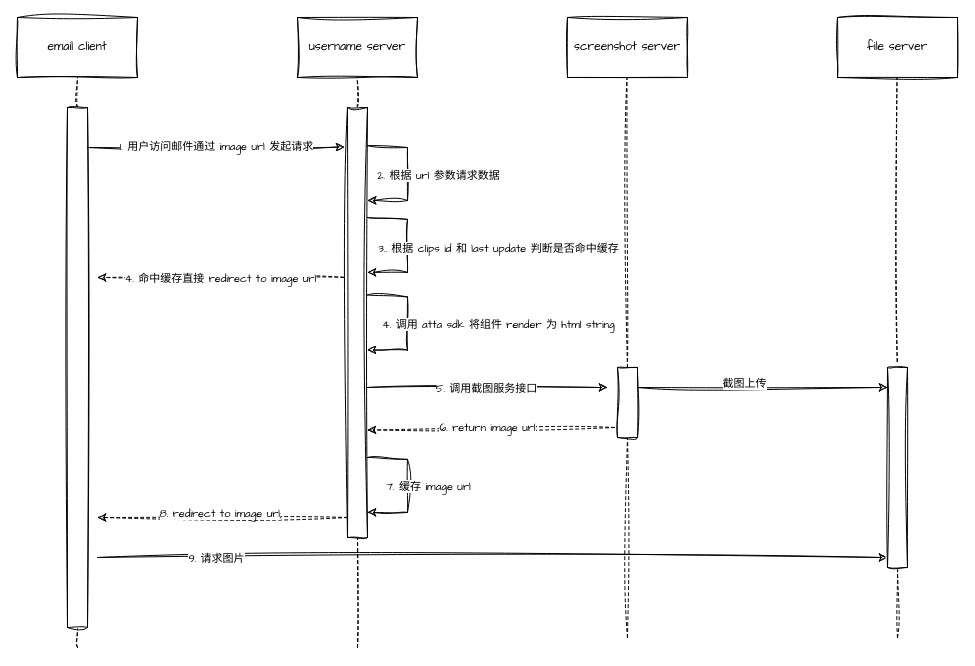
Before: folder/email.drawio in DLillard0/draw.io, a draw.io diagram. Source tidied: cells renumbered, new cells numbered last; positions are measured from the earlier drawing's top-left corner, leaving out a move shared by most shapes. Both pictures are drawn from the tidied source at 100%, with x=0, y=0 at pixel (17, 17).
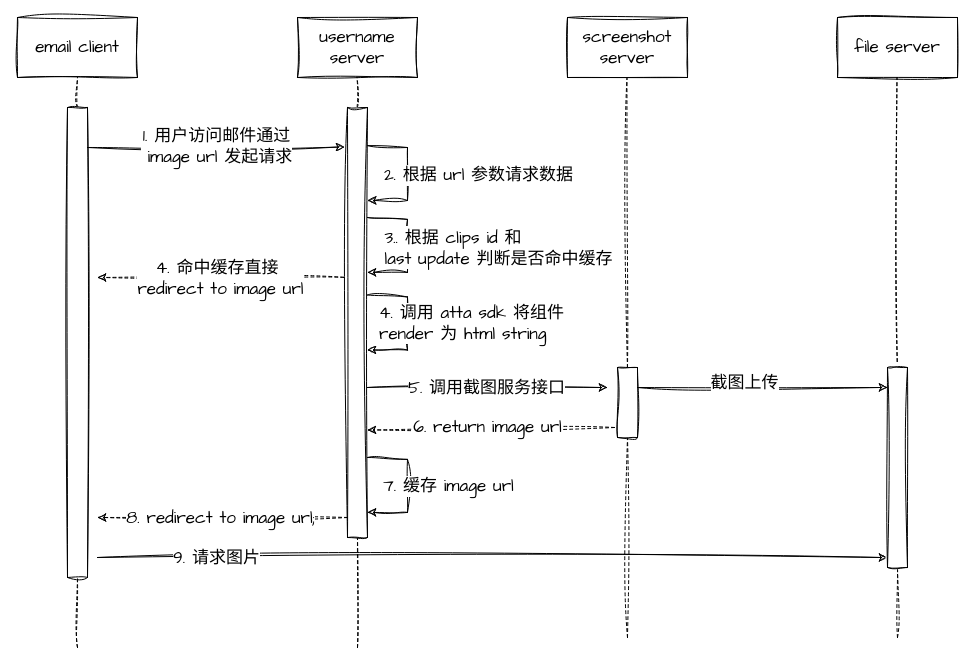
The same diagram, later.

Change to the diagram source:
```diff
@@
-    <mxCell id="2" value="email client" style="rounded=0;whiteSpace=wrap;html=1;sketch=1;hachureGap=4;jiggle=2;curveFitting=1;fontFamily=Architects Daughter;" parent="1" vertex="1">
+    <mxCell id="2" value="email client" style="rounded=0;whiteSpace=wrap;html=1;sketch=1;hachureGap=4;jiggle=2;curveFitting=1;fontFamily=Architects Daughter;fontSize=17;" parent="1" vertex="1">
       <mxGeometry width="120" height="60" as="geometry" />
     </mxCell>
-    <mxCell id="3" value="username server" style="rounded=0;whiteSpace=wrap;html=1;sketch=1;hachureGap=4;jiggle=2;curveFitting=1;fontFamily=Architects Daughter;" parent="1" vertex="1">
+    <mxCell id="3" value="username server" style="rounded=0;whiteSpace=wrap;html=1;sketch=1;hachureGap=4;jiggle=2;curveFitting=1;fontFamily=Architects Daughter;fontSize=17;" parent="1" vertex="1">
       <mxGeometry x="280" width="120" height="60" as="geometry" />
     </mxCell>
-    <mxCell id="4" value="screenshot server" style="rounded=0;whiteSpace=wrap;html=1;sketch=1;hachureGap=4;jiggle=2;curveFitting=1;fontFamily=Architects Daughter;" parent="1" vertex="1">
+    <mxCell id="4" value="screenshot server" style="rounded=0;whiteSpace=wrap;html=1;sketch=1;hachureGap=4;jiggle=2;curveFitting=1;fontFamily=Architects Daughter;fontSize=17;" parent="1" vertex="1">
       <mxGeometry x="550" width="120" height="60" as="geometry" />
     </mxCell>
-    <mxCell id="5" style="endArrow=none;dashed=1;html=1;rounded=0;sketch=1;hachureGap=4;jiggle=2;curveFitting=1;fontFamily=Architects Daughter;entryX=0.5;entryY=1;entryDx=0;entryDy=0;" parent="1" edge="1" source="9" target="2">
+    <mxCell id="5" style="endArrow=none;dashed=1;html=1;rounded=0;sketch=1;hachureGap=4;jiggle=2;curveFitting=1;fontFamily=Architects Daughter;entryX=0.5;entryY=1;entryDx=0;entryDy=0;fontSize=17;" parent="1" edge="1" source="9" target="2">
       <mxGeometry relative="1" as="geometry" />
     </mxCell>
-    <mxCell id="6" style="endArrow=none;dashed=1;html=1;rounded=0;sketch=1;hachureGap=4;jiggle=2;curveFitting=1;fontFamily=Architects Daughter;entryX=0.5;entryY=1;entryDx=0;entryDy=0;" parent="1" edge="1" source="11">
+    <mxCell id="6" style="endArrow=none;dashed=1;html=1;rounded=0;sketch=1;hachureGap=4;jiggle=2;curveFitting=1;fontFamily=Architects Daughter;entryX=0.5;entryY=1;entryDx=0;entryDy=0;fontSize=17;" parent="1" edge="1" source="11">
       <mxGeometry relative="1" as="geometry">
         <mxPoint x="339.5" y="60" as="targetPoint" />
       </mxGeometry>
     </mxCell>
-    <mxCell id="7" style="endArrow=none;dashed=1;html=1;rounded=0;sketch=1;hachureGap=4;jiggle=2;curveFitting=1;fontFamily=Architects Daughter;entryX=0.5;entryY=1;entryDx=0;entryDy=0;" parent="1" edge="1" source="33">
+    <mxCell id="7" style="endArrow=none;dashed=1;html=1;rounded=0;sketch=1;hachureGap=4;jiggle=2;curveFitting=1;fontFamily=Architects Daughter;entryX=0.5;entryY=1;entryDx=0;entryDy=0;fontSize=17;" parent="1" edge="1" source="33">
       <mxGeometry relative="1" as="geometry">
         <mxPoint x="609.5" y="60" as="targetPoint" />
       </mxGeometry>
     </mxCell>
-    <mxCell id="8" style="endArrow=none;dashed=1;html=1;rounded=0;sketch=1;hachureGap=4;jiggle=2;curveFitting=1;fontFamily=Architects Daughter;entryX=0.5;entryY=1;entryDx=0;entryDy=0;" parent="1" edge="1" target="9">
+    <mxCell id="8" style="endArrow=none;dashed=1;html=1;rounded=0;sketch=1;hachureGap=4;jiggle=2;curveFitting=1;fontFamily=Architects Daughter;entryX=0.5;entryY=1;entryDx=0;entryDy=0;fontSize=17;" parent="1" edge="1" target="9">
       <mxGeometry relative="1" as="geometry">
         <mxPoint x="60" y="630" as="sourcePoint" />
       </mxGeometry>
     </mxCell>
-    <mxCell id="9" style="rounded=0;whiteSpace=wrap;html=1;sketch=1;hachureGap=4;jiggle=2;curveFitting=1;fontFamily=Architects Daughter;" parent="1" vertex="1">
-      <mxGeometry x="50" y="90" width="20" height="520" as="geometry" />
+    <mxCell id="9" style="rounded=0;whiteSpace=wrap;html=1;sketch=1;hachureGap=4;jiggle=2;curveFitting=1;fontFamily=Architects Daughter;fontSize=17;" parent="1" vertex="1">
+      <mxGeometry x="50" y="90" width="20" height="470" as="geometry" />
     </mxCell>
-    <mxCell id="10" style="endArrow=none;dashed=1;html=1;rounded=0;sketch=1;hachureGap=4;jiggle=2;curveFitting=1;fontFamily=Architects Daughter;entryX=0.5;entryY=1;entryDx=0;entryDy=0;" parent="1" edge="1" target="11">
+    <mxCell id="10" style="endArrow=none;dashed=1;html=1;rounded=0;sketch=1;hachureGap=4;jiggle=2;curveFitting=1;fontFamily=Architects Daughter;entryX=0.5;entryY=1;entryDx=0;entryDy=0;fontSize=17;" parent="1" edge="1" target="11">
       <mxGeometry relative="1" as="geometry">
         <mxPoint x="340" y="630" as="sourcePoint" />
       </mxGeometry>
     </mxCell>
-    <mxCell id="11" style="rounded=0;whiteSpace=wrap;html=1;sketch=1;hachureGap=4;jiggle=2;curveFitting=1;fontFamily=Architects Daughter;" parent="1" vertex="1">
+    <mxCell id="11" style="rounded=0;whiteSpace=wrap;html=1;sketch=1;hachureGap=4;jiggle=2;curveFitting=1;fontFamily=Architects Daughter;fontSize=17;" parent="1" vertex="1">
       <mxGeometry x="330" y="90" width="20" height="430" as="geometry" />
     </mxCell>
-    <mxCell id="12" style="endArrow=classic;html=1;rounded=0;sketch=1;hachureGap=4;jiggle=2;curveFitting=1;fontFamily=Architects Daughter;exitX=1.073;exitY=0.141;exitDx=0;exitDy=0;exitPerimeter=0;entryX=1.01;entryY=0.216;entryDx=0;entryDy=0;entryPerimeter=0;" parent="1" edge="1" target="11">
+    <mxCell id="12" style="endArrow=classic;html=1;rounded=0;sketch=1;hachureGap=4;jiggle=2;curveFitting=1;fontFamily=Architects Daughter;exitX=1.073;exitY=0.141;exitDx=0;exitDy=0;exitPerimeter=0;entryX=1.01;entryY=0.216;entryDx=0;entryDy=0;entryPerimeter=0;fontSize=17;" parent="1" edge="1" target="11">
       <mxGeometry relative="1" as="geometry">
         <mxPoint x="350" y="128.1" as="sourcePoint" />
         <Array as="points">
           <mxPoint x="390" y="130" />
           <mxPoint x="390" y="183" />
         </Array>
       </mxGeometry>
     </mxCell>
-    <mxCell id="13" value="2. 根据 url 参数请求数据" style="edgeLabel;html=1;align=center;verticalAlign=middle;sketch=1;hachureGap=4;jiggle=2;curveFitting=1;fontFamily=Architects Daughter;" parent="12" vertex="1">
+    <mxCell id="13" value="2. 根据 url 参数请求数据" style="edgeLabel;html=1;align=center;verticalAlign=middle;sketch=1;hachureGap=4;jiggle=2;curveFitting=1;fontFamily=Architects Daughter;fontSize=17;" parent="12" vertex="1">
       <mxGeometry x="0.03" y="-2" relative="1" as="geometry">
-        <mxPoint x="32" as="offset" />
+        <mxPoint x="72" as="offset" />
       </mxGeometry>
     </mxCell>
-    <mxCell id="14" style="endArrow=classic;html=1;rounded=0;sketch=1;hachureGap=4;jiggle=2;curveFitting=1;fontFamily=Architects Daughter;exitX=1;exitY=0.672;exitDx=0;exitDy=0;exitPerimeter=0;" parent="1" edge="1">
+    <mxCell id="14" style="endArrow=classic;html=1;rounded=0;sketch=1;hachureGap=4;jiggle=2;curveFitting=1;fontFamily=Architects Daughter;exitX=1;exitY=0.672;exitDx=0;exitDy=0;exitPerimeter=0;fontSize=17;" parent="1" edge="1">
       <mxGeometry relative="1" as="geometry">
         <mxPoint x="350" y="370" as="sourcePoint" />
         <mxPoint x="590" y="370" as="targetPoint" />
       </mxGeometry>
     </mxCell>
-    <mxCell id="15" value="5. 调用截图服务接口" style="edgeLabel;html=1;align=center;verticalAlign=middle;sketch=1;hachureGap=4;jiggle=2;curveFitting=1;fontFamily=Architects Daughter;" parent="14" vertex="1">
+    <mxCell id="15" value="5. 调用截图服务接口" style="edgeLabel;html=1;align=center;verticalAlign=middle;sketch=1;hachureGap=4;jiggle=2;curveFitting=1;fontFamily=Architects Daughter;fontSize=17;" parent="14" vertex="1">
       <mxGeometry x="-0.02" relative="1" as="geometry" />
     </mxCell>
-    <mxCell id="16" style="endArrow=classic;html=1;rounded=0;sketch=1;hachureGap=4;jiggle=2;curveFitting=1;fontFamily=Architects Daughter;dashed=1;" parent="1" edge="1">
+    <mxCell id="16" style="endArrow=classic;html=1;rounded=0;sketch=1;hachureGap=4;jiggle=2;curveFitting=1;fontFamily=Architects Daughter;dashed=1;fontSize=17;" parent="1" edge="1">
       <mxGeometry relative="1" as="geometry">
         <mxPoint x="330" y="500" as="sourcePoint" />
         <mxPoint x="80" y="500" as="targetPoint" />
       </mxGeometry>
     </mxCell>
-    <mxCell id="17" value="8. redirect to image url;" style="edgeLabel;html=1;align=center;verticalAlign=middle;sketch=1;hachureGap=4;jiggle=2;curveFitting=1;fontFamily=Architects Daughter;" parent="16" vertex="1">
-      <mxGeometry x="0.02" y="-5" relative="1" as="geometry" />
+    <mxCell id="17" value="8. redirect to image url;" style="edgeLabel;html=1;align=center;verticalAlign=middle;sketch=1;hachureGap=4;jiggle=2;curveFitting=1;fontFamily=Architects Daughter;fontSize=17;" parent="16" vertex="1">
+      <mxGeometry x="0.02" y="-5" relative="1" as="geometry">
+        <mxPoint y="5" as="offset" />
+      </mxGeometry>
     </mxCell>
-    <mxCell id="18" style="endArrow=classic;html=1;rounded=0;sketch=1;hachureGap=4;jiggle=2;curveFitting=1;fontFamily=Architects Daughter;" parent="1" edge="1">
+    <mxCell id="18" style="endArrow=classic;html=1;rounded=0;sketch=1;hachureGap=4;jiggle=2;curveFitting=1;fontFamily=Architects Daughter;fontSize=17;" parent="1" edge="1">
       <mxGeometry relative="1" as="geometry">
         <mxPoint x="80" y="540" as="sourcePoint" />
         <mxPoint x="870" y="540" as="targetPoint" />
       </mxGeometry>
     </mxCell>
-    <mxCell id="19" value="9. 请求图片" style="edgeLabel;html=1;align=center;verticalAlign=middle;sketch=1;hachureGap=4;jiggle=2;curveFitting=1;fontFamily=Architects Daughter;" parent="18" vertex="1">
+    <mxCell id="19" value="9. 请求图片" style="edgeLabel;html=1;align=center;verticalAlign=middle;sketch=1;hachureGap=4;jiggle=2;curveFitting=1;fontFamily=Architects Daughter;fontSize=17;" parent="18" vertex="1">
       <mxGeometry x="-0.04" y="-1" relative="1" as="geometry">
         <mxPoint x="-261" y="-1" as="offset" />
       </mxGeometry>
     </mxCell>
-    <mxCell id="20" value="file server" style="rounded=0;whiteSpace=wrap;html=1;sketch=1;hachureGap=4;jiggle=2;curveFitting=1;fontFamily=Architects Daughter;" parent="1" vertex="1">
+    <mxCell id="20" value="file server" style="rounded=0;whiteSpace=wrap;html=1;sketch=1;hachureGap=4;jiggle=2;curveFitting=1;fontFamily=Architects Daughter;fontSize=17;" parent="1" vertex="1">
       <mxGeometry x="820" width="120" height="60" as="geometry" />
     </mxCell>
-    <mxCell id="21" style="endArrow=none;dashed=1;html=1;rounded=0;sketch=1;hachureGap=4;jiggle=2;curveFitting=1;fontFamily=Architects Daughter;entryX=0.5;entryY=1;entryDx=0;entryDy=0;" parent="1" edge="1" source="35">
+    <mxCell id="21" style="endArrow=none;dashed=1;html=1;rounded=0;sketch=1;hachureGap=4;jiggle=2;curveFitting=1;fontFamily=Architects Daughter;entryX=0.5;entryY=1;entryDx=0;entryDy=0;fontSize=17;" parent="1" edge="1" source="35">
       <mxGeometry relative="1" as="geometry">
         <mxPoint x="879.5" y="60" as="targetPoint" />
       </mxGeometry>
     </mxCell>
-    <mxCell id="22" style="endArrow=classic;html=1;rounded=0;sketch=1;hachureGap=4;jiggle=2;curveFitting=1;fontFamily=Architects Daughter;" parent="1" edge="1">
+    <mxCell id="22" style="endArrow=classic;html=1;rounded=0;sketch=1;hachureGap=4;jiggle=2;curveFitting=1;fontFamily=Architects Daughter;fontSize=17;" parent="1" edge="1">
       <mxGeometry relative="1" as="geometry">
         <mxPoint x="620" y="370" as="sourcePoint" />
         <mxPoint x="870" y="370" as="targetPoint" />
       </mxGeometry>
     </mxCell>
-    <mxCell id="23" value="截图上传" style="edgeLabel;html=1;align=center;verticalAlign=middle;sketch=1;hachureGap=4;jiggle=2;curveFitting=1;fontFamily=Architects Daughter;" parent="22" vertex="1">
+    <mxCell id="23" value="截图上传" style="edgeLabel;html=1;align=center;verticalAlign=middle;sketch=1;hachureGap=4;jiggle=2;curveFitting=1;fontFamily=Architects Daughter;fontSize=17;" parent="22" vertex="1">
       <mxGeometry x="-0.15" y="5" relative="1" as="geometry" />
     </mxCell>
-    <mxCell id="24" style="endArrow=classic;html=1;rounded=0;sketch=1;hachureGap=4;jiggle=2;curveFitting=1;fontFamily=Architects Daughter;entryX=-0.15;entryY=0.092;entryDx=0;entryDy=0;entryPerimeter=0;" parent="1" edge="1" target="11">
+    <mxCell id="24" style="endArrow=classic;html=1;rounded=0;sketch=1;hachureGap=4;jiggle=2;curveFitting=1;fontFamily=Architects Daughter;entryX=-0.15;entryY=0.092;entryDx=0;entryDy=0;entryPerimeter=0;fontSize=17;" parent="1" edge="1" target="11">
       <mxGeometry relative="1" as="geometry">
         <mxPoint x="70" y="130" as="sourcePoint" />
       </mxGeometry>
     </mxCell>
-    <mxCell id="25" value="1. 用户访问邮件通过 image url 发起请求" style="edgeLabel;html=1;align=center;verticalAlign=middle;sketch=1;hachureGap=4;jiggle=2;curveFitting=1;fontFamily=Architects Daughter;" parent="24" vertex="1">
+    <mxCell id="25" value="1. 用户访问邮件通过&lt;div&gt;&amp;nbsp;image url 发起请求&lt;/div&gt;" style="edgeLabel;html=1;align=center;verticalAlign=middle;sketch=1;hachureGap=4;jiggle=2;curveFitting=1;fontFamily=Architects Daughter;fontSize=17;" parent="24" vertex="1">
       <mxGeometry y="1" relative="1" as="geometry" />
     </mxCell>
-    <mxCell id="26" style="endArrow=classic;html=1;rounded=0;sketch=1;hachureGap=4;jiggle=2;curveFitting=1;fontFamily=Architects Daughter;exitX=1.073;exitY=0.141;exitDx=0;exitDy=0;exitPerimeter=0;entryX=1.01;entryY=0.216;entryDx=0;entryDy=0;entryPerimeter=0;" parent="1" edge="1">
+    <mxCell id="26" style="endArrow=classic;html=1;rounded=0;sketch=1;hachureGap=4;jiggle=2;curveFitting=1;fontFamily=Architects Daughter;exitX=1.073;exitY=0.141;exitDx=0;exitDy=0;exitPerimeter=0;entryX=1.01;entryY=0.216;entryDx=0;entryDy=0;entryPerimeter=0;fontSize=17;" parent="1" edge="1">
       <mxGeometry relative="1" as="geometry">
         <mxPoint x="350" y="200" as="sourcePoint" />
         <mxPoint x="350" y="254.9" as="targetPoint" />
         <Array as="points">
           <mxPoint x="390" y="201.9" />
           <mxPoint x="390" y="254.9" />
         </Array>
       </mxGeometry>
     </mxCell>
-    <mxCell id="27" value="3.. 根据 clips id 和 last update 判断是否命中缓存" style="edgeLabel;html=1;align=center;verticalAlign=middle;sketch=1;hachureGap=4;jiggle=2;curveFitting=1;fontFamily=Architects Daughter;" parent="26" vertex="1">
+    <mxCell id="27" value="&lt;div style=&quot;text-align: left;&quot;&gt;&lt;span style=&quot;background-color: light-dark(#ffffff, var(--ge-dark-color, #121212)); color: light-dark(rgb(0, 0, 0), rgb(255, 255, 255));&quot;&gt;3.. 根据 clips id 和&amp;nbsp;&lt;/span&gt;&lt;/div&gt;&lt;div&gt;last update 判断是否命中缓存&lt;/div&gt;" style="edgeLabel;html=1;align=center;verticalAlign=middle;sketch=1;hachureGap=4;jiggle=2;curveFitting=1;fontFamily=Architects Daughter;fontSize=17;" parent="26" vertex="1">
       <mxGeometry x="0.03" y="-2" relative="1" as="geometry">
         <mxPoint x="92" as="offset" />
       </mxGeometry>
     </mxCell>
-    <mxCell id="28" style="endArrow=classic;html=1;rounded=0;sketch=1;hachureGap=4;jiggle=2;curveFitting=1;fontFamily=Architects Daughter;exitX=-0.19;exitY=0.395;exitDx=0;exitDy=0;exitPerimeter=0;dashed=1;" parent="1" edge="1" source="11">
+    <mxCell id="28" style="endArrow=classic;html=1;rounded=0;sketch=1;hachureGap=4;jiggle=2;curveFitting=1;fontFamily=Architects Daughter;exitX=-0.19;exitY=0.395;exitDx=0;exitDy=0;exitPerimeter=0;dashed=1;fontSize=17;" parent="1" edge="1" source="11">
       <mxGeometry relative="1" as="geometry">
         <mxPoint x="80" y="260" as="targetPoint" />
       </mxGeometry>
     </mxCell>
-    <mxCell id="29" value="4. 命中缓存直接 redirect to image url" style="edgeLabel;html=1;align=center;verticalAlign=middle;sketch=1;hachureGap=4;jiggle=2;curveFitting=1;fontFamily=Architects Daughter;" parent="28" vertex="1">
+    <mxCell id="29" value="4. 命中缓存直接&amp;nbsp;&lt;div&gt;redirect to image url&lt;/div&gt;" style="edgeLabel;html=1;align=center;verticalAlign=middle;sketch=1;hachureGap=4;jiggle=2;curveFitting=1;fontFamily=Architects Daughter;fontSize=17;" parent="28" vertex="1">
       <mxGeometry x="0.01" y="1" relative="1" as="geometry" />
     </mxCell>
-    <mxCell id="30" style="endArrow=classic;html=1;rounded=0;sketch=1;hachureGap=4;jiggle=2;curveFitting=1;fontFamily=Architects Daughter;exitX=1.073;exitY=0.141;exitDx=0;exitDy=0;exitPerimeter=0;entryX=1.01;entryY=0.216;entryDx=0;entryDy=0;entryPerimeter=0;" parent="1" edge="1">
+    <mxCell id="30" style="endArrow=classic;html=1;rounded=0;sketch=1;hachureGap=4;jiggle=2;curveFitting=1;fontFamily=Architects Daughter;exitX=1.073;exitY=0.141;exitDx=0;exitDy=0;exitPerimeter=0;entryX=1.01;entryY=0.216;entryDx=0;entryDy=0;entryPerimeter=0;fontSize=17;" parent="1" edge="1">
       <mxGeometry relative="1" as="geometry">
         <mxPoint x="350" y="277.5" as="sourcePoint" />
         <mxPoint x="350" y="332.5" as="targetPoint" />
         <Array as="points">
           <mxPoint x="390" y="279.5" />
           <mxPoint x="390" y="332.5" />
         </Array>
       </mxGeometry>
     </mxCell>
-    <mxCell id="31" value="4. 调用 atta sdk 将组件 render 为 html string" style="edgeLabel;html=1;align=center;verticalAlign=middle;sketch=1;hachureGap=4;jiggle=2;curveFitting=1;fontFamily=Architects Daughter;" parent="30" vertex="1">
+    <mxCell id="31" value="4. 调用 atta sdk 将组件&lt;div&gt;render 为 html string&lt;/div&gt;" style="edgeLabel;html=1;align=left;verticalAlign=middle;sketch=1;hachureGap=4;jiggle=2;curveFitting=1;fontFamily=Architects Daughter;fontSize=17;" parent="30" vertex="1">
       <mxGeometry x="0.03" y="-2" relative="1" as="geometry">
-        <mxPoint x="92" y="-2" as="offset" />
+        <mxPoint x="-28" y="-3" as="offset" />
       </mxGeometry>
     </mxCell>
-    <mxCell id="32" style="endArrow=none;dashed=1;html=1;rounded=0;sketch=1;hachureGap=4;jiggle=2;curveFitting=1;fontFamily=Architects Daughter;entryX=0.5;entryY=1;entryDx=0;entryDy=0;" parent="1" edge="1" target="33">
+    <mxCell id="32" style="endArrow=none;dashed=1;html=1;rounded=0;sketch=1;hachureGap=4;jiggle=2;curveFitting=1;fontFamily=Architects Daughter;entryX=0.5;entryY=1;entryDx=0;entryDy=0;fontSize=17;" parent="1" edge="1" target="33">
       <mxGeometry relative="1" as="geometry">
         <mxPoint x="610" y="620" as="sourcePoint" />
       </mxGeometry>
     </mxCell>
-    <mxCell id="33" style="rounded=0;whiteSpace=wrap;html=1;sketch=1;hachureGap=4;jiggle=2;curveFitting=1;fontFamily=Architects Daughter;" parent="1" vertex="1">
+    <mxCell id="33" style="rounded=0;whiteSpace=wrap;html=1;sketch=1;hachureGap=4;jiggle=2;curveFitting=1;fontFamily=Architects Daughter;fontSize=17;" parent="1" vertex="1">
       <mxGeometry x="600" y="350" width="20" height="70" as="geometry" />
     </mxCell>
-    <mxCell id="34" style="endArrow=none;dashed=1;html=1;rounded=0;sketch=1;hachureGap=4;jiggle=2;curveFitting=1;fontFamily=Architects Daughter;entryX=0.5;entryY=1;entryDx=0;entryDy=0;" parent="1" edge="1" target="35">
+    <mxCell id="34" style="endArrow=none;dashed=1;html=1;rounded=0;sketch=1;hachureGap=4;jiggle=2;curveFitting=1;fontFamily=Architects Daughter;entryX=0.5;entryY=1;entryDx=0;entryDy=0;fontSize=17;" parent="1" edge="1" target="35">
       <mxGeometry relative="1" as="geometry">
         <mxPoint x="880" y="620" as="sourcePoint" />
       </mxGeometry>
     </mxCell>
-    <mxCell id="35" style="rounded=0;whiteSpace=wrap;html=1;sketch=1;hachureGap=4;jiggle=2;curveFitting=1;fontFamily=Architects Daughter;" parent="1" vertex="1">
+    <mxCell id="35" style="rounded=0;whiteSpace=wrap;html=1;sketch=1;hachureGap=4;jiggle=2;curveFitting=1;fontFamily=Architects Daughter;fontSize=17;" parent="1" vertex="1">
       <mxGeometry x="870" y="350" width="20" height="200" as="geometry" />
     </mxCell>
-    <mxCell id="36" style="endArrow=classic;html=1;rounded=0;sketch=1;hachureGap=4;jiggle=2;curveFitting=1;fontFamily=Architects Daughter;entryX=1;entryY=0.75;entryDx=0;entryDy=0;dashed=1;" parent="1" edge="1" target="11">
+    <mxCell id="36" style="endArrow=classic;html=1;rounded=0;sketch=1;hachureGap=4;jiggle=2;curveFitting=1;fontFamily=Architects Daughter;entryX=1;entryY=0.75;entryDx=0;entryDy=0;dashed=1;fontSize=17;" parent="1" edge="1" target="11">
       <mxGeometry relative="1" as="geometry">
         <mxPoint x="597" y="410" as="sourcePoint" />
       </mxGeometry>
     </mxCell>
-    <mxCell id="37" value="6. return image url" style="edgeLabel;html=1;align=center;verticalAlign=middle;sketch=1;hachureGap=4;jiggle=2;curveFitting=1;fontFamily=Architects Daughter;" parent="36" vertex="1">
+    <mxCell id="37" value="6. return image url" style="edgeLabel;html=1;align=center;verticalAlign=middle;sketch=1;hachureGap=4;jiggle=2;curveFitting=1;fontFamily=Architects Daughter;fontSize=17;" parent="36" vertex="1">
       <mxGeometry x="-0.1" y="-3" relative="1" as="geometry">
         <mxPoint x="-16" y="1" as="offset" />
       </mxGeometry>
     </mxCell>
-    <mxCell id="38" style="endArrow=classic;html=1;rounded=0;sketch=1;hachureGap=4;jiggle=2;curveFitting=1;fontFamily=Architects Daughter;exitX=1.073;exitY=0.141;exitDx=0;exitDy=0;exitPerimeter=0;entryX=1.01;entryY=0.216;entryDx=0;entryDy=0;entryPerimeter=0;" parent="1" edge="1">
+    <mxCell id="38" style="endArrow=classic;html=1;rounded=0;sketch=1;hachureGap=4;jiggle=2;curveFitting=1;fontFamily=Architects Daughter;exitX=1.073;exitY=0.141;exitDx=0;exitDy=0;exitPerimeter=0;entryX=1.01;entryY=0.216;entryDx=0;entryDy=0;entryPerimeter=0;fontSize=17;" parent="1" edge="1">
       <mxGeometry relative="1" as="geometry">
         <mxPoint x="350" y="440" as="sourcePoint" />
         <mxPoint x="350" y="494.9" as="targetPoint" />
         <Array as="points">
           <mxPoint x="390" y="441.9" />
           <mxPoint x="390" y="494.9" />
         </Array>
       </mxGeometry>
     </mxCell>
-    <mxCell id="39" value="7. 缓存 image url" style="edgeLabel;html=1;align=center;verticalAlign=middle;sketch=1;hachureGap=4;jiggle=2;curveFitting=1;fontFamily=Architects Daughter;" parent="38" vertex="1">
+    <mxCell id="39" value="7. 缓存 image url" style="edgeLabel;html=1;align=center;verticalAlign=middle;sketch=1;hachureGap=4;jiggle=2;curveFitting=1;fontFamily=Architects Daughter;fontSize=17;" parent="38" vertex="1">
       <mxGeometry x="0.03" y="-2" relative="1" as="geometry">
-        <mxPoint x="22" y="-2" as="offset" />
+        <mxPoint x="42" y="-2" as="offset" />
       </mxGeometry>
     </mxCell>
```
